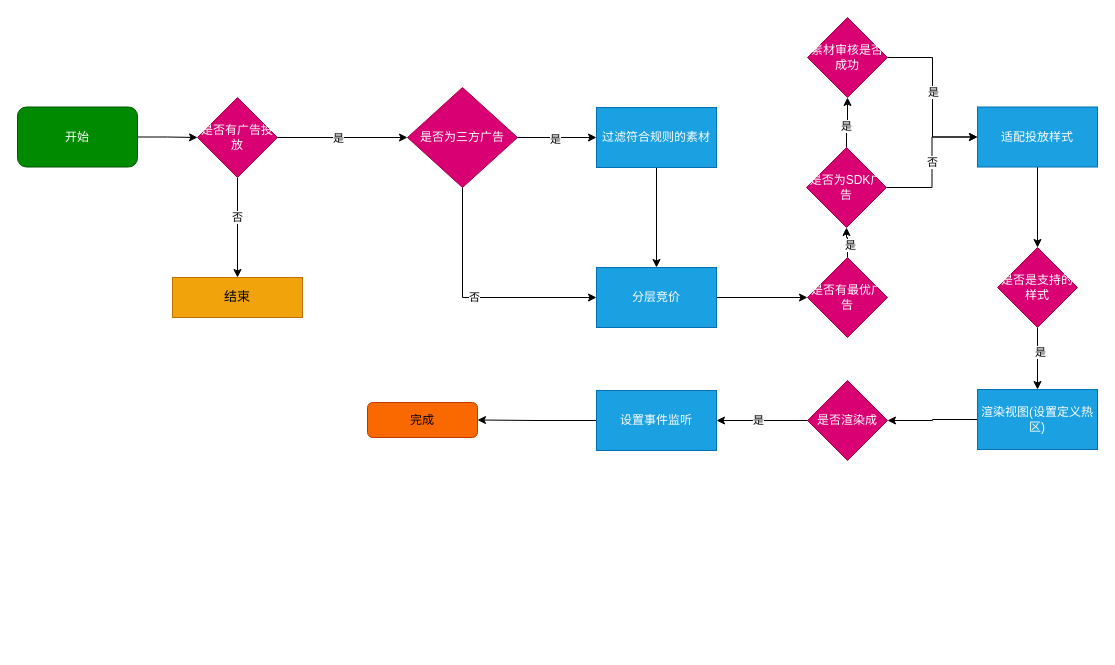
Above: moji/信息流视图渲染流程图.drawio in HengqianSong/drawIO (draw.io), before the change. Source tidied: cells renumbered, new cells numbered last; positions are measured from the earlier drawing's top-left corner, leaving out a move shared by most shapes. Both pictures are drawn from the tidied source at 100%, with x=0, y=0 at pixel (17, 17).
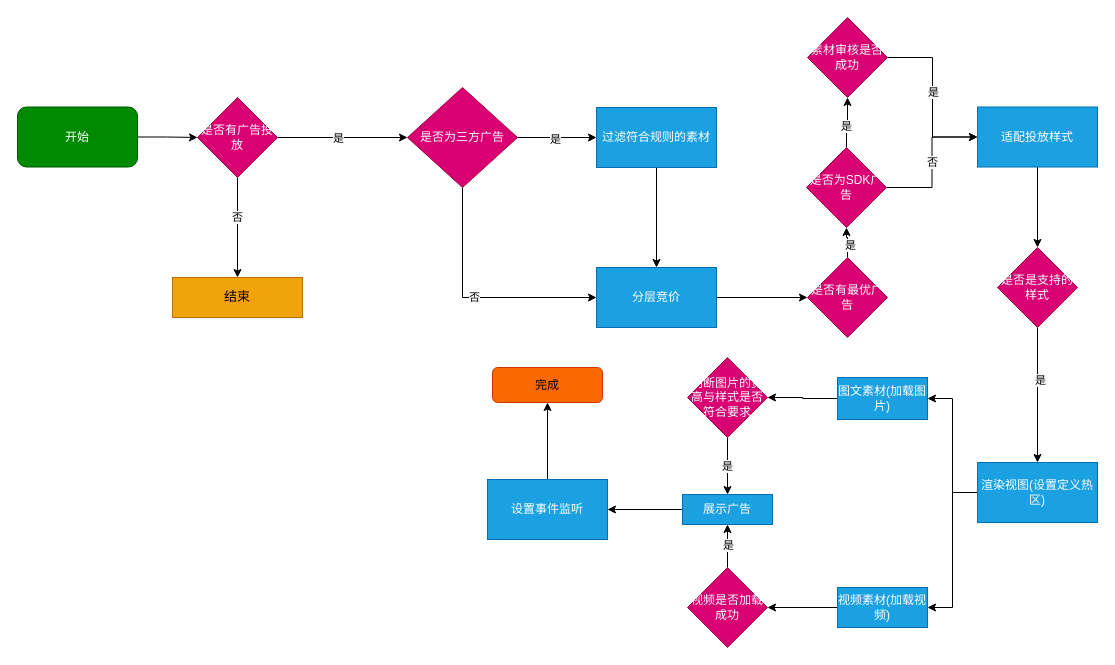
After the change.

Commit message (it also covers changes not shown here):
更新信息流视图渲染流程图.drawio

The edit, as a diff of the source:
```diff
@@
-    <mxCell id="33" style="edgeStyle=orthogonalEdgeStyle;rounded=0;jettySize=auto;html=1;" parent="1" edge="1" source="34" target="37">
-      <mxGeometry relative="1" as="geometry" />
-    </mxCell>
+    <mxCell id="41" style="edgeStyle=orthogonalEdgeStyle;rounded=0;jettySize=auto;html=1;entryX=1;entryY=0.5;entryDx=0;entryDy=0;" parent="1" edge="1" source="34" target="46">
+      <mxGeometry relative="1" as="geometry" />
+    </mxCell>
+    <mxCell id="42" style="edgeStyle=orthogonalEdgeStyle;rounded=0;jettySize=auto;html=1;entryX=1;entryY=0.5;entryDx=0;entryDy=0;" parent="1" edge="1" source="34" target="44">
+      <mxGeometry relative="1" as="geometry" />
+    </mxCell>
     <mxCell id="34" value="渲染视图(设置定义热区)" style="whiteSpace=wrap;html=1;rounded=0;fillColor=#1ba1e2;fontColor=#ffffff;strokeColor=#006EAF;" parent="1" vertex="1">
-      <mxGeometry x="960" y="372" width="120" height="60" as="geometry" />
+      <mxGeometry x="960" y="445" width="120" height="60" as="geometry" />
     </mxCell>
-    <mxCell id="35" style="edgeStyle=orthogonalEdgeStyle;rounded=0;jettySize=auto;html=1;" parent="1" edge="1" source="37" target="39">
-      <mxGeometry relative="1" as="geometry" />
-    </mxCell>
-    <mxCell id="36" value="是" style="edgeLabel;html=1;align=center;verticalAlign=middle;" parent="35" vertex="1">
-      <mxGeometry x="0.09" y="-1" relative="1" as="geometry" />
-    </mxCell>
-    <mxCell id="37" value="是否渲染成" style="rhombus;whiteSpace=wrap;html=1;rounded=0;fillColor=#d80073;fontColor=#ffffff;strokeColor=#A50040;" parent="1" vertex="1">
-      <mxGeometry x="790" y="363" width="80" height="80" as="geometry" />
-    </mxCell>
@@
     <mxCell id="39" value="设置事件监听" style="whiteSpace=wrap;html=1;rounded=0;fillColor=#1ba1e2;fontColor=#ffffff;strokeColor=#006EAF;" parent="1" vertex="1">
-      <mxGeometry x="579" y="373" width="120" height="60" as="geometry" />
+      <mxGeometry x="470" y="462" width="120" height="60" as="geometry" />
     </mxCell>
     <mxCell id="40" value="完成" style="rounded=1;whiteSpace=wrap;html=1;fillColor=#fa6800;fontColor=#000000;strokeColor=#C73500;" parent="1" vertex="1">
-      <mxGeometry x="350" y="385" width="110" height="35" as="geometry" />
+      <mxGeometry x="475" y="350" width="110" height="35" as="geometry" />
     </mxCell>
+    <mxCell id="43" style="edgeStyle=orthogonalEdgeStyle;rounded=0;jettySize=auto;html=1;" parent="1" edge="1" source="44" target="48">
+      <mxGeometry relative="1" as="geometry" />
+    </mxCell>
+    <mxCell id="44" value="图文素材(加载图片)" style="whiteSpace=wrap;html=1;rounded=0;fillColor=#1ba1e2;fontColor=#ffffff;strokeColor=#006EAF;" parent="1" vertex="1">
+      <mxGeometry x="820" y="360" width="90" height="42" as="geometry" />
+    </mxCell>
+    <mxCell id="45" style="edgeStyle=orthogonalEdgeStyle;rounded=0;jettySize=auto;html=1;" parent="1" edge="1" source="46" target="50">
+      <mxGeometry relative="1" as="geometry" />
+    </mxCell>
+    <mxCell id="46" value="视频素材(加载视频)" style="whiteSpace=wrap;html=1;rounded=0;fillColor=#1ba1e2;fontColor=#ffffff;strokeColor=#006EAF;" parent="1" vertex="1">
+      <mxGeometry x="820" y="570" width="90" height="40" as="geometry" />
+    </mxCell>
+    <mxCell id="47" value="是" style="edgeStyle=orthogonalEdgeStyle;rounded=0;jettySize=auto;html=1;" parent="1" edge="1" source="48" target="52">
+      <mxGeometry relative="1" as="geometry" />
+    </mxCell>
+    <mxCell id="48" value="判断图片的宽高与样式是否符合要求" style="rhombus;whiteSpace=wrap;html=1;rounded=0;fillColor=#d80073;fontColor=#ffffff;strokeColor=#A50040;" parent="1" vertex="1">
+      <mxGeometry x="670" y="340" width="80" height="80" as="geometry" />
+    </mxCell>
+    <mxCell id="49" style="edgeStyle=orthogonalEdgeStyle;rounded=0;jettySize=auto;html=1;" parent="1" edge="1" source="50" target="52">
+      <mxGeometry relative="1" as="geometry" />
+    </mxCell>
+    <mxCell id="36" value="是" style="edgeLabel;html=1;align=center;verticalAlign=middle;" parent="49" vertex="1">
+      <mxGeometry x="0.06" relative="1" as="geometry" />
+    </mxCell>
+    <mxCell id="50" value="视频是否加载成功" style="rhombus;whiteSpace=wrap;html=1;rounded=0;fillColor=#d80073;fontColor=#ffffff;strokeColor=#A50040;" parent="1" vertex="1">
+      <mxGeometry x="670" y="550" width="80" height="80" as="geometry" />
+    </mxCell>
+    <mxCell id="51" style="edgeStyle=orthogonalEdgeStyle;rounded=0;jettySize=auto;html=1;" parent="1" edge="1" source="52" target="39">
+      <mxGeometry relative="1" as="geometry" />
+    </mxCell>
+    <mxCell id="52" value="展示广告" style="whiteSpace=wrap;html=1;rounded=0;fillColor=#1ba1e2;fontColor=#ffffff;strokeColor=#006EAF;" parent="1" vertex="1">
+      <mxGeometry x="665" y="477" width="90" height="30" as="geometry" />
+    </mxCell>
```
